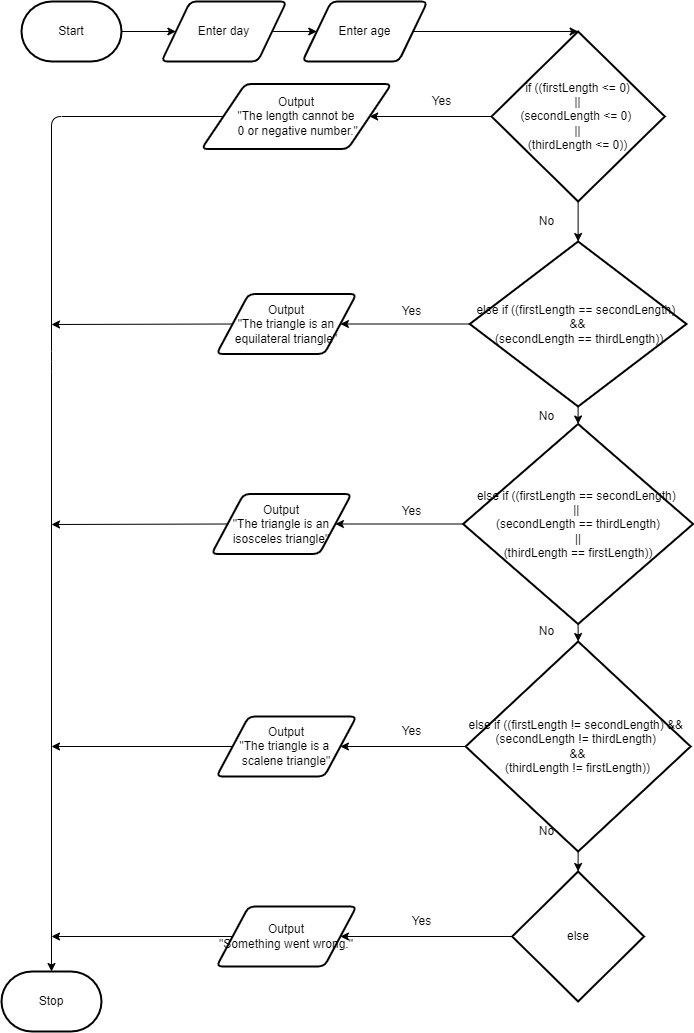
Before: design/flowchart.png, a diagram exported from draw.io (Evgeny-Vovk/ICS2O-Unit5-05-HTML). Source tidied: cells renumbered, new cells last; positions are measured from the earlier drawing's top-left corner, leaving out a move shared by most shapes. Source of this version:
```xml
<mxGraphModel>
  <root>
    <mxCell id="0" />
    <mxCell id="1" parent="0" />
    <mxCell id="2" value="Stop" style="strokeWidth=2;html=1;shape=mxgraph.flowchart.terminator;whiteSpace=wrap;" parent="1" vertex="1">
      <mxGeometry y="970" width="100" height="60" as="geometry" />
    </mxCell>
    <mxCell id="3" style="edgeStyle=none;html=1;entryX=0;entryY=0.5;entryDx=0;entryDy=0;" parent="1" edge="1" source="4" target="6">
      <mxGeometry relative="1" as="geometry" />
    </mxCell>
    <mxCell id="4" value="Start" style="strokeWidth=2;html=1;shape=mxgraph.flowchart.terminator;whiteSpace=wrap;" parent="1" vertex="1">
      <mxGeometry x="20" width="100" height="60" as="geometry" />
    </mxCell>
    <mxCell id="5" style="edgeStyle=none;html=1;exitX=1;exitY=0.5;exitDx=0;exitDy=0;entryX=0;entryY=0.5;entryDx=0;entryDy=0;" parent="1" edge="1" source="6" target="18">
      <mxGeometry relative="1" as="geometry" />
    </mxCell>
    <mxCell id="6" value="Enter day" style="shape=parallelogram;html=1;strokeWidth=2;perimeter=parallelogramPerimeter;whiteSpace=wrap;rounded=1;arcSize=12;size=0.23;" parent="1" vertex="1">
      <mxGeometry x="160" width="125" height="60" as="geometry" />
    </mxCell>
    <mxCell id="7" style="edgeStyle=none;html=1;exitX=0;exitY=0.5;exitDx=0;exitDy=0;exitPerimeter=0;" parent="1" edge="1" source="9" target="11">
      <mxGeometry relative="1" as="geometry" />
    </mxCell>
    <mxCell id="8" style="edgeStyle=none;html=1;exitX=0.5;exitY=1;exitDx=0;exitDy=0;exitPerimeter=0;entryX=0.5;entryY=0;entryDx=0;entryDy=0;entryPerimeter=0;" parent="1" edge="1" source="9" target="14">
      <mxGeometry relative="1" as="geometry" />
    </mxCell>
    <mxCell id="9" value="if ((firstLength &amp;lt;= 0)&lt;br&gt;||&lt;br&gt;(secondLength &amp;lt;= 0) &lt;br&gt;||&lt;br&gt;(thirdLength &amp;lt;= 0))" style="strokeWidth=2;html=1;shape=mxgraph.flowchart.decision;whiteSpace=wrap;" parent="1" vertex="1">
      <mxGeometry x="490" y="30" width="173.2" height="170" as="geometry" />
    </mxCell>
    <mxCell id="10" style="edgeStyle=none;html=1;exitX=0;exitY=0.5;exitDx=0;exitDy=0;entryX=0.5;entryY=0;entryDx=0;entryDy=0;entryPerimeter=0;" parent="1" edge="1" source="11" target="2">
      <mxGeometry relative="1" as="geometry">
        <Array as="points">
          <mxPoint x="50" y="115" />
          <mxPoint x="50" y="360" />
        </Array>
      </mxGeometry>
    </mxCell>
    <mxCell id="11" value="Output&lt;br&gt;&quot;The length cannot be&lt;br&gt;&amp;nbsp;0 or negative number.&quot;" style="shape=parallelogram;html=1;strokeWidth=2;perimeter=parallelogramPerimeter;whiteSpace=wrap;rounded=1;arcSize=12;size=0.23;" parent="1" vertex="1">
      <mxGeometry x="200" y="82.5" width="190" height="65" as="geometry" />
    </mxCell>
    <mxCell id="12" style="edgeStyle=none;html=1;exitX=0;exitY=0.5;exitDx=0;exitDy=0;exitPerimeter=0;entryX=1;entryY=0.5;entryDx=0;entryDy=0;" parent="1" edge="1" source="14" target="16">
      <mxGeometry relative="1" as="geometry" />
    </mxCell>
    <mxCell id="13" style="edgeStyle=none;html=1;exitX=0.5;exitY=1;exitDx=0;exitDy=0;exitPerimeter=0;entryX=0.5;entryY=0;entryDx=0;entryDy=0;entryPerimeter=0;" parent="1" edge="1" source="14" target="24">
      <mxGeometry relative="1" as="geometry" />
    </mxCell>
    <mxCell id="14" value="else if ((firstLength == secondLength) &lt;br&gt;&amp;amp;&amp;amp;&lt;br&gt;&amp;nbsp;(secondLength == thirdLength))" style="strokeWidth=2;html=1;shape=mxgraph.flowchart.decision;whiteSpace=wrap;" parent="1" vertex="1">
      <mxGeometry x="468.2" y="240" width="216.8" height="165" as="geometry" />
    </mxCell>
    <mxCell id="15" style="edgeStyle=none;html=1;exitX=0;exitY=0.5;exitDx=0;exitDy=0;" parent="1" edge="1" source="16">
      <mxGeometry relative="1" as="geometry">
        <mxPoint x="50" y="323" as="targetPoint" />
      </mxGeometry>
    </mxCell>
    <mxCell id="16" value="Output&lt;br&gt;&quot;The triangle is an equilateral triangle&quot;" style="shape=parallelogram;html=1;strokeWidth=2;perimeter=parallelogramPerimeter;whiteSpace=wrap;rounded=1;arcSize=12;size=0.23;" parent="1" vertex="1">
      <mxGeometry x="215" y="292.5" width="140" height="60" as="geometry" />
    </mxCell>
    <mxCell id="17" style="edgeStyle=none;html=1;exitX=1;exitY=0.5;exitDx=0;exitDy=0;entryX=0.5;entryY=0;entryDx=0;entryDy=0;entryPerimeter=0;" parent="1" edge="1" source="18" target="9">
      <mxGeometry relative="1" as="geometry" />
    </mxCell>
    <mxCell id="18" value="Enter age" style="shape=parallelogram;html=1;strokeWidth=2;perimeter=parallelogramPerimeter;whiteSpace=wrap;rounded=1;arcSize=12;size=0.23;" parent="1" vertex="1">
      <mxGeometry x="300.9" width="125" height="60" as="geometry" />
    </mxCell>
    <mxCell id="19" value="Yes" style="text;html=1;align=center;verticalAlign=middle;strokeColor=none;fillColor=none;" parent="1" vertex="1">
      <mxGeometry x="390" y="300" width="40" height="20" as="geometry" />
    </mxCell>
    <mxCell id="20" value="Yes" style="text;html=1;align=center;verticalAlign=middle;strokeColor=none;fillColor=none;" parent="1" vertex="1">
      <mxGeometry x="420" y="90" width="40" height="20" as="geometry" />
    </mxCell>
    <mxCell id="21" value="No" style="text;html=1;align=center;verticalAlign=middle;strokeColor=none;fillColor=none;" parent="1" vertex="1">
      <mxGeometry x="530" y="210" width="30" height="20" as="geometry" />
    </mxCell>
    <mxCell id="22" style="edgeStyle=none;html=1;exitX=0;exitY=0.5;exitDx=0;exitDy=0;exitPerimeter=0;entryX=1;entryY=0.5;entryDx=0;entryDy=0;" parent="1" edge="1" source="24" target="29">
      <mxGeometry relative="1" as="geometry" />
    </mxCell>
    <mxCell id="23" style="edgeStyle=none;html=1;exitX=0.5;exitY=1;exitDx=0;exitDy=0;exitPerimeter=0;entryX=0.5;entryY=0;entryDx=0;entryDy=0;entryPerimeter=0;" parent="1" edge="1" source="24" target="27">
      <mxGeometry relative="1" as="geometry" />
    </mxCell>
    <mxCell id="24" value="else if ((firstLength == secondLength) &lt;br&gt;|| &lt;br&gt;(secondLength == thirdLength)&lt;br&gt;&amp;nbsp;|| &lt;br&gt;(thirdLength == firstLength))" style="strokeWidth=2;html=1;shape=mxgraph.flowchart.decision;whiteSpace=wrap;" parent="1" vertex="1">
      <mxGeometry x="461.6" y="422.5" width="230" height="200" as="geometry" />
    </mxCell>
    <mxCell id="25" style="edgeStyle=none;html=1;exitX=0.5;exitY=1;exitDx=0;exitDy=0;exitPerimeter=0;entryX=0.5;entryY=0;entryDx=0;entryDy=0;entryPerimeter=0;" parent="1" edge="1" source="27" target="32">
      <mxGeometry relative="1" as="geometry" />
    </mxCell>
    <mxCell id="26" style="edgeStyle=none;html=1;exitX=0;exitY=0.5;exitDx=0;exitDy=0;exitPerimeter=0;entryX=1;entryY=0.5;entryDx=0;entryDy=0;" parent="1" edge="1" source="27" target="36">
      <mxGeometry relative="1" as="geometry" />
    </mxCell>
    <mxCell id="27" value="else if ((firstLength != secondLength) &amp;amp;&amp;amp; &lt;br&gt;(secondLength != thirdLength) &lt;br&gt;&amp;amp;&amp;amp;&lt;br&gt;(thirdLength != firstLength))" style="strokeWidth=2;html=1;shape=mxgraph.flowchart.decision;whiteSpace=wrap;" parent="1" vertex="1">
      <mxGeometry x="464.1" y="640" width="225" height="210" as="geometry" />
    </mxCell>
    <mxCell id="28" style="edgeStyle=none;html=1;exitX=0;exitY=0.5;exitDx=0;exitDy=0;" parent="1" edge="1" source="29">
      <mxGeometry relative="1" as="geometry">
        <mxPoint x="50" y="523" as="targetPoint" />
      </mxGeometry>
    </mxCell>
    <mxCell id="29" value="Output&lt;br&gt;&quot;The triangle is an isosceles triangle&quot;" style="shape=parallelogram;html=1;strokeWidth=2;perimeter=parallelogramPerimeter;whiteSpace=wrap;rounded=1;arcSize=12;size=0.23;" parent="1" vertex="1">
      <mxGeometry x="210" y="492.5" width="140" height="60" as="geometry" />
    </mxCell>
    <mxCell id="30" value="Yes" style="text;html=1;align=center;verticalAlign=middle;strokeColor=none;fillColor=none;" parent="1" vertex="1">
      <mxGeometry x="390" y="500" width="40" height="20" as="geometry" />
    </mxCell>
    <mxCell id="31" style="edgeStyle=none;html=1;exitX=0;exitY=0.5;exitDx=0;exitDy=0;exitPerimeter=0;entryX=1;entryY=0.5;entryDx=0;entryDy=0;" parent="1" edge="1" source="32" target="34">
      <mxGeometry relative="1" as="geometry" />
    </mxCell>
    <mxCell id="32" value="else" style="strokeWidth=2;html=1;shape=mxgraph.flowchart.decision;whiteSpace=wrap;" parent="1" vertex="1">
      <mxGeometry x="510.7" y="870" width="131.8" height="130" as="geometry" />
    </mxCell>
    <mxCell id="33" style="edgeStyle=none;html=1;exitX=0;exitY=0.5;exitDx=0;exitDy=0;" parent="1" edge="1" source="34">
      <mxGeometry relative="1" as="geometry">
        <mxPoint x="50" y="935" as="targetPoint" />
      </mxGeometry>
    </mxCell>
    <mxCell id="34" value="Output&lt;br&gt;&quot;Something went wrong.&quot;" style="shape=parallelogram;html=1;strokeWidth=2;perimeter=parallelogramPerimeter;whiteSpace=wrap;rounded=1;arcSize=12;size=0.23;" parent="1" vertex="1">
      <mxGeometry x="215" y="905" width="140" height="60" as="geometry" />
    </mxCell>
    <mxCell id="35" style="edgeStyle=none;html=1;exitX=0;exitY=0.5;exitDx=0;exitDy=0;" parent="1" edge="1" source="36">
      <mxGeometry relative="1" as="geometry">
        <mxPoint x="50" y="745" as="targetPoint" />
      </mxGeometry>
    </mxCell>
    <mxCell id="36" value="Output&lt;br&gt;&quot;The triangle is a &lt;br&gt;scalene triangle&quot;" style="shape=parallelogram;html=1;strokeWidth=2;perimeter=parallelogramPerimeter;whiteSpace=wrap;rounded=1;arcSize=12;size=0.23;" parent="1" vertex="1">
      <mxGeometry x="215" y="715" width="140" height="60" as="geometry" />
    </mxCell>
    <mxCell id="37" value="No" style="text;html=1;align=center;verticalAlign=middle;strokeColor=none;fillColor=none;" parent="1" vertex="1">
      <mxGeometry x="530" y="405" width="30" height="20" as="geometry" />
    </mxCell>
    <mxCell id="38" value="No" style="text;html=1;align=center;verticalAlign=middle;strokeColor=none;fillColor=none;" parent="1" vertex="1">
      <mxGeometry x="530" y="620" width="30" height="20" as="geometry" />
    </mxCell>
    <mxCell id="39" value="No" style="text;html=1;align=center;verticalAlign=middle;strokeColor=none;fillColor=none;" parent="1" vertex="1">
      <mxGeometry x="530" y="820" width="30" height="20" as="geometry" />
    </mxCell>
    <mxCell id="40" value="Yes" style="text;html=1;align=center;verticalAlign=middle;strokeColor=none;fillColor=none;" parent="1" vertex="1">
      <mxGeometry x="390" y="720" width="40" height="20" as="geometry" />
    </mxCell>
    <mxCell id="41" value="Yes" style="text;html=1;align=center;verticalAlign=middle;strokeColor=none;fillColor=none;" parent="1" vertex="1">
      <mxGeometry x="400" y="910" width="40" height="20" as="geometry" />
    </mxCell>
  </root>
</mxGraphModel>
```
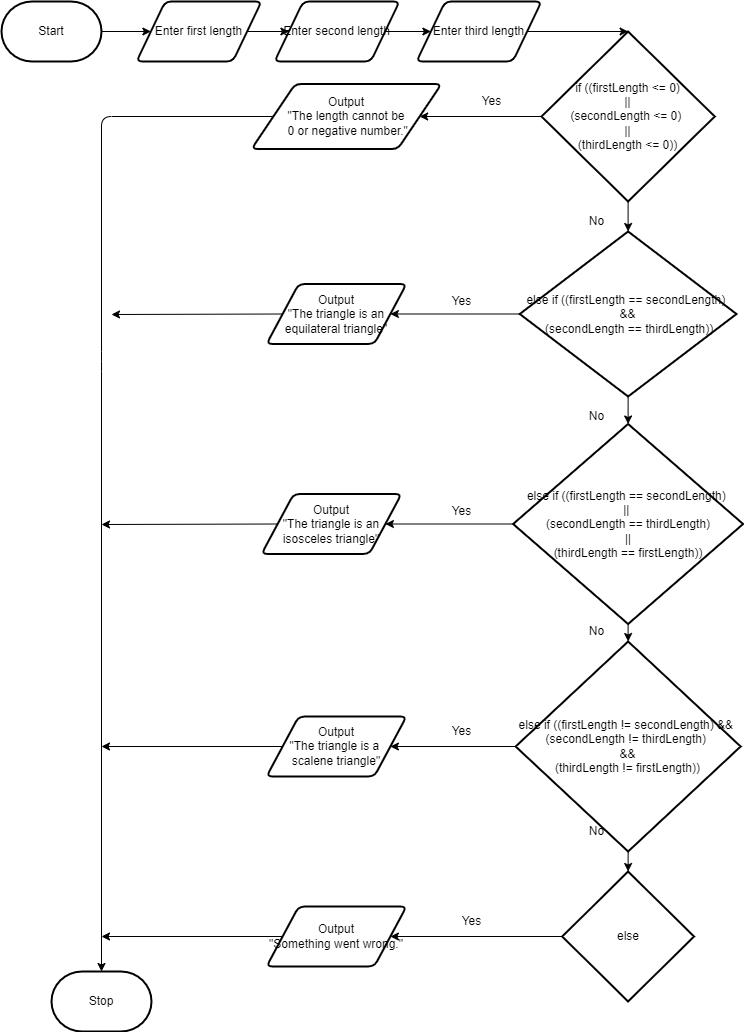
The same file after the commit.

Change to the diagram source:
```diff
@@ -9,13 +9,13 @@
       <mxGeometry relative="1" as="geometry" />
     </mxCell>
     <mxCell id="4" value="Start" style="strokeWidth=2;html=1;shape=mxgraph.flowchart.terminator;whiteSpace=wrap;" parent="1" vertex="1">
-      <mxGeometry x="20" width="100" height="60" as="geometry" />
+      <mxGeometry x="-50" width="100" height="60" as="geometry" />
     </mxCell>
     <mxCell id="5" style="edgeStyle=none;html=1;exitX=1;exitY=0.5;exitDx=0;exitDy=0;entryX=0;entryY=0.5;entryDx=0;entryDy=0;" parent="1" edge="1" source="6" target="18">
       <mxGeometry relative="1" as="geometry" />
     </mxCell>
-    <mxCell id="6" value="Enter day" style="shape=parallelogram;html=1;strokeWidth=2;perimeter=parallelogramPerimeter;whiteSpace=wrap;rounded=1;arcSize=12;size=0.23;" parent="1" vertex="1">
-      <mxGeometry x="160" width="125" height="60" as="geometry" />
+    <mxCell id="6" value="Enter first length" style="shape=parallelogram;html=1;strokeWidth=2;perimeter=parallelogramPerimeter;whiteSpace=wrap;rounded=1;arcSize=12;size=0.23;" parent="1" vertex="1">
+      <mxGeometry x="85" width="125" height="60" as="geometry" />
     </mxCell>
     <mxCell id="7" style="edgeStyle=none;html=1;exitX=0;exitY=0.5;exitDx=0;exitDy=0;exitPerimeter=0;" parent="1" edge="1" source="9" target="11">
       <mxGeometry relative="1" as="geometry" />
@@ -44,24 +44,24 @@
       <mxGeometry relative="1" as="geometry" />
     </mxCell>
     <mxCell id="14" value="else if ((firstLength == secondLength) &lt;br&gt;&amp;amp;&amp;amp;&lt;br&gt;&amp;nbsp;(secondLength == thirdLength))" style="strokeWidth=2;html=1;shape=mxgraph.flowchart.decision;whiteSpace=wrap;" parent="1" vertex="1">
-      <mxGeometry x="468.2" y="240" width="216.8" height="165" as="geometry" />
+      <mxGeometry x="468.2" y="230" width="216.8" height="165" as="geometry" />
     </mxCell>
     <mxCell id="15" style="edgeStyle=none;html=1;exitX=0;exitY=0.5;exitDx=0;exitDy=0;" parent="1" edge="1" source="16">
       <mxGeometry relative="1" as="geometry">
-        <mxPoint x="50" y="323" as="targetPoint" />
+        <mxPoint x="60" y="313" as="targetPoint" />
       </mxGeometry>
     </mxCell>
     <mxCell id="16" value="Output&lt;br&gt;&quot;The triangle is an equilateral triangle&quot;" style="shape=parallelogram;html=1;strokeWidth=2;perimeter=parallelogramPerimeter;whiteSpace=wrap;rounded=1;arcSize=12;size=0.23;" parent="1" vertex="1">
-      <mxGeometry x="215" y="292.5" width="140" height="60" as="geometry" />
+      <mxGeometry x="215" y="282.5" width="140" height="60" as="geometry" />
     </mxCell>
-    <mxCell id="17" style="edgeStyle=none;html=1;exitX=1;exitY=0.5;exitDx=0;exitDy=0;entryX=0.5;entryY=0;entryDx=0;entryDy=0;entryPerimeter=0;" parent="1" edge="1" source="18" target="9">
-      <mxGeometry relative="1" as="geometry" />
-    </mxCell>
+    <mxCell id="42" style="edgeStyle=none;html=1;exitX=1;exitY=0.5;exitDx=0;exitDy=0;entryX=0;entryY=0.5;entryDx=0;entryDy=0;" parent="1" edge="1" source="18" target="44">
+      <mxGeometry relative="1" as="geometry" />
+    </mxCell>
-    <mxCell id="18" value="Enter age" style="shape=parallelogram;html=1;strokeWidth=2;perimeter=parallelogramPerimeter;whiteSpace=wrap;rounded=1;arcSize=12;size=0.23;" parent="1" vertex="1">
-      <mxGeometry x="300.9" width="125" height="60" as="geometry" />
+    <mxCell id="18" value="Enter second length" style="shape=parallelogram;html=1;strokeWidth=2;perimeter=parallelogramPerimeter;whiteSpace=wrap;rounded=1;arcSize=12;size=0.23;" parent="1" vertex="1">
+      <mxGeometry x="223" width="125" height="60" as="geometry" />
     </mxCell>
     <mxCell id="19" value="Yes" style="text;html=1;align=center;verticalAlign=middle;strokeColor=none;fillColor=none;" parent="1" vertex="1">
-      <mxGeometry x="390" y="300" width="40" height="20" as="geometry" />
+      <mxGeometry x="390" y="290" width="40" height="20" as="geometry" />
     </mxCell>
     <mxCell id="20" value="Yes" style="text;html=1;align=center;verticalAlign=middle;strokeColor=none;fillColor=none;" parent="1" vertex="1">
       <mxGeometry x="420" y="90" width="40" height="20" as="geometry" />
@@ -135,5 +135,11 @@
     <mxCell id="41" value="Yes" style="text;html=1;align=center;verticalAlign=middle;strokeColor=none;fillColor=none;" parent="1" vertex="1">
       <mxGeometry x="400" y="910" width="40" height="20" as="geometry" />
     </mxCell>
+    <mxCell id="43" style="edgeStyle=none;html=1;exitX=1;exitY=0.5;exitDx=0;exitDy=0;entryX=0.5;entryY=0;entryDx=0;entryDy=0;entryPerimeter=0;" parent="1" edge="1" source="44" target="9">
+      <mxGeometry relative="1" as="geometry" />
+    </mxCell>
+    <mxCell id="44" value="Enter third length" style="shape=parallelogram;html=1;strokeWidth=2;perimeter=parallelogramPerimeter;whiteSpace=wrap;rounded=1;arcSize=12;size=0.23;" parent="1" vertex="1">
+      <mxGeometry x="365" width="125" height="60" as="geometry" />
+    </mxCell>
   </root>
 </mxGraphModel>
```
